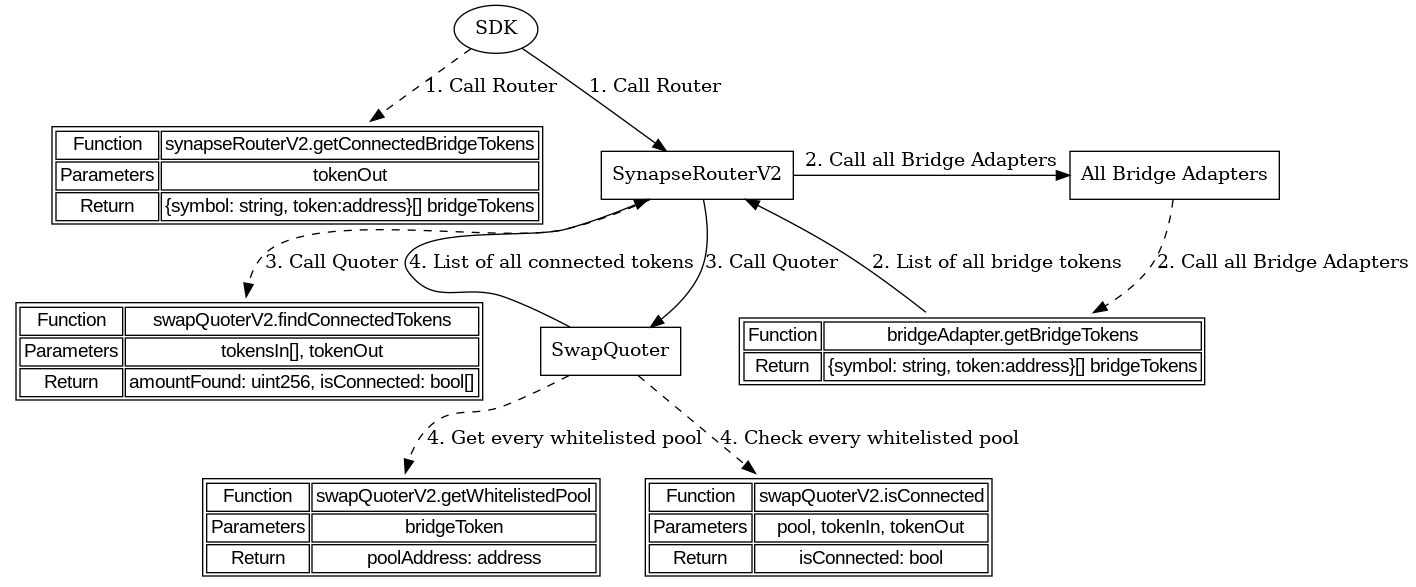
Before: contracts/router/docs/quote1.png, a diagram exported from Graphviz (synapsecns/synapse-contracts). Its source is kept beside it as contracts/router/docs/quote1.dot.
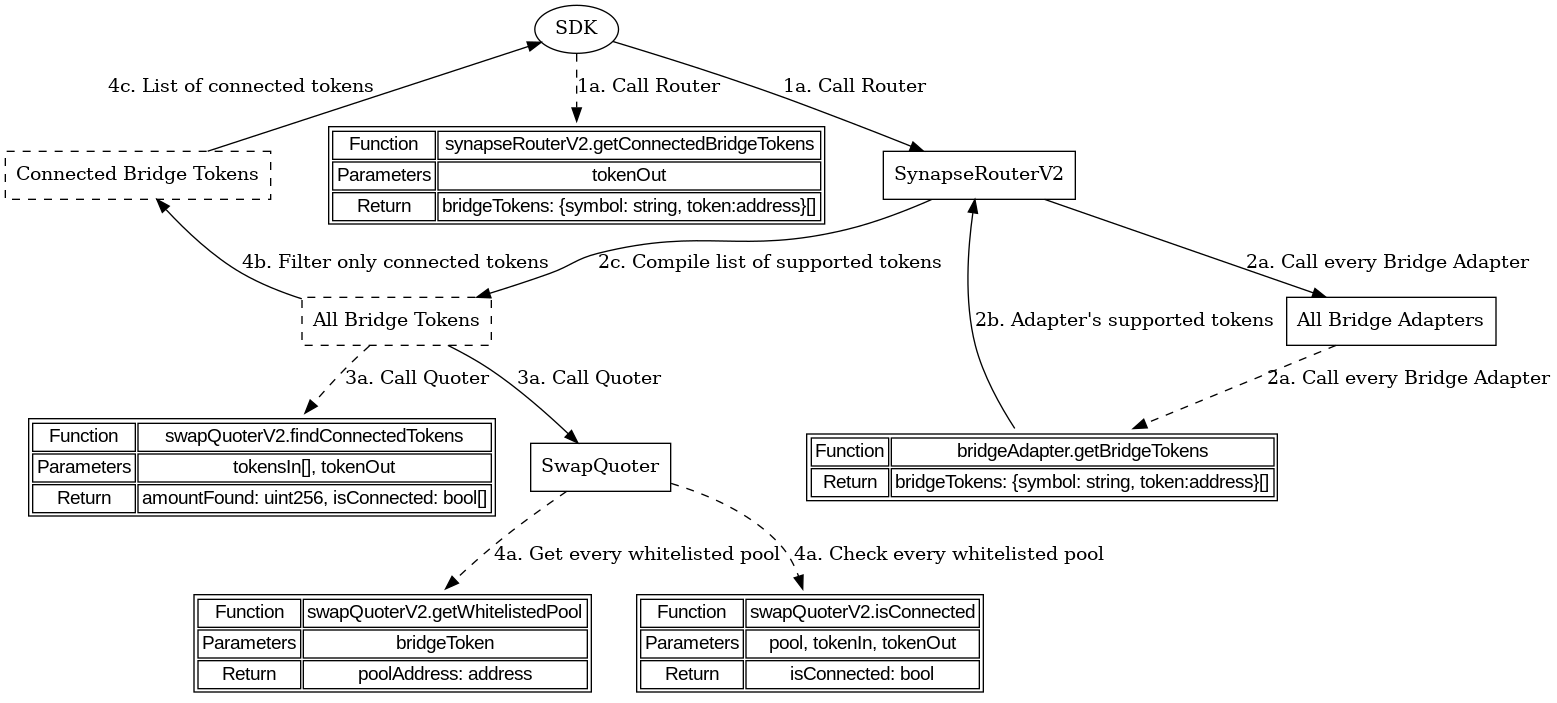
The same diagram one commit later.

Commit message:
Update first quoting diagram

Diff of the diagram source:
```diff
@@ -3,6 +3,8 @@
     router [label = "SynapseRouterV2";shape = rect;];
     quoter [label = "SwapQuoter";shape = rect;];
     bridgeAdapters [label = "All Bridge Adapters";shape = rect;];
+    bridgeTokens [label = "All Bridge Tokens";shape = rect;style = dashed;];
+    connectedTokens [label = "Connected Bridge Tokens";shape = rect;style = dashed;];
     node [shape = none; fontname = "Arial";];
     getConnectedBridgeTokens [label = <
         <TABLE>
@@ -16,7 +18,7 @@
         </TR>
         <TR>
         <TD>Return</TD>
-        <TD>{symbol: string, token:address}[] bridgeTokens</TD>
+        <TD>bridgeTokens: {symbol: string, token:address}[]</TD>
         </TR>
         </TABLE>
         >;];
@@ -28,7 +30,7 @@
         </TR>
         <TR>
         <TD>Return</TD>
-        <TD>{symbol: string, token:address}[] bridgeTokens</TD>
+        <TD>bridgeTokens: {symbol: string, token:address}[]</TD>
         </TR>
         </TABLE>
         >;];
@@ -81,29 +83,25 @@
         </TABLE>
         >;];
 
-    sdk -> router [label = "1. Call Router";];
-    sdk -> getConnectedBridgeTokens [label = "1. Call Router"; style = dashed;];
+    sdk -> router [label = "1a. Call Router";];
+    sdk -> getConnectedBridgeTokens [label = "1a. Call Router"; style = dashed;];
 
-    router -> bridgeAdapters [label = "2. Call all Bridge Adapters";];
-    bridgeAdapters -> getBridgeTokens [label = "2. Call all Bridge Adapters"; style = dashed;];
-    getBridgeTokens -> router [label = "2. List of all bridge tokens";];
+    router -> bridgeAdapters [label = "2a. Call every Bridge Adapter";];
+    bridgeAdapters -> getBridgeTokens [label = "2a. Call every Bridge Adapter"; style = dashed;];
+    getBridgeTokens -> router [label = "2b. Adapter's supported tokens";];
+    router -> bridgeTokens [label = "2c. Compile list of supported tokens";];
 
-    router -> quoter [label = "3. Call Quoter";];
-    router -> findConnectedTokens [label = "3. Call Quoter"; style = dashed;];
+    bridgeTokens -> quoter [label = "3a. Call Quoter";];
+    bridgeTokens -> findConnectedTokens [label = "3a. Call Quoter"; style = dashed;];
 
-    quoter -> getWhitelistedPool [label = "4. Get every whitelisted pool"; style = dashed;];
-    quoter -> isConnected [label = "4. Check every whitelisted pool"; style = dashed;];
-    quoter -> router [label = "4. List of all connected tokens";];
+    quoter -> getWhitelistedPool [label = "4a. Get every whitelisted pool"; style = dashed;];
+    quoter -> isConnected [label = "4a. Check every whitelisted pool"; style = dashed;];
+    bridgeTokens -> connectedTokens [label = "4b. Filter only connected tokens";];
+    connectedTokens -> sdk [xlabel = "4c. List of connected tokens";];
 
     subgraph {
         rank = same;
         edge [style = invis;];
-        getConnectedBridgeTokens -> router -> bridgeAdapters;
-    }
-
-    subgraph {
-        rank = same;
-        edge [style = invis;];
-        findConnectedTokens -> quoter -> getBridgeTokens;
+        connectedTokens -> getConnectedBridgeTokens -> router;
     }
 }
```
